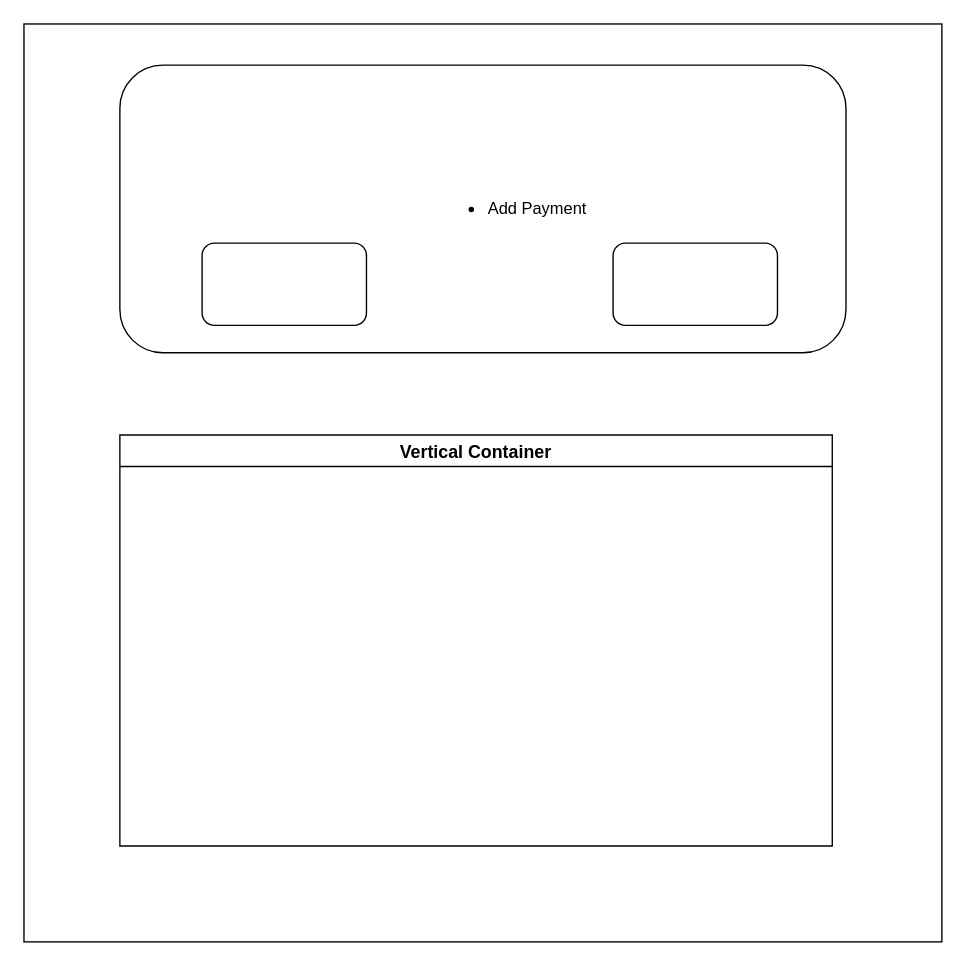
Above: nots.drawio in Mmo2ze/TMS-Client-admin (draw.io), before the change. Source tidied: cells renumbered, new cells numbered last; positions are measured from the earlier drawing's top-left corner, leaving out a move shared by most shapes. Both pictures are drawn from the tidied source at 137%, with x=0, y=0 at pixel (23, 23).
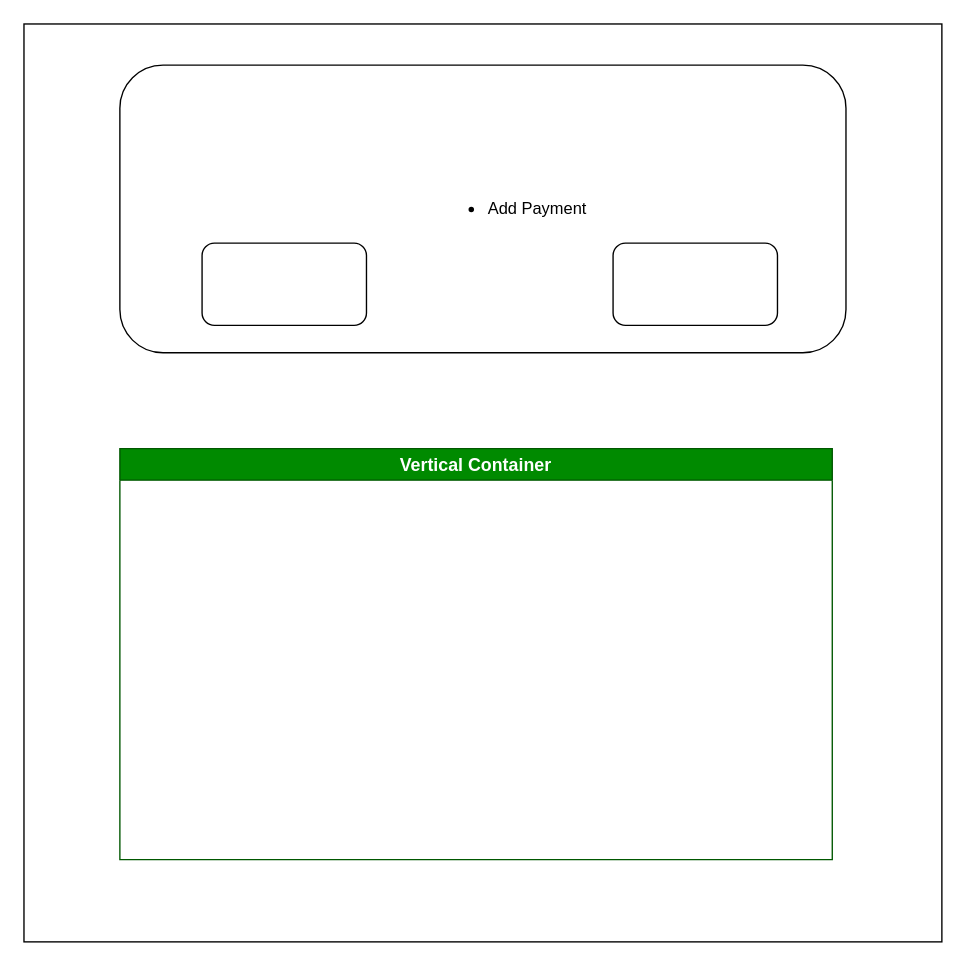
Above is the later version.

Change to the diagram source:
```diff
@@
 <mxGraphModel>
   <root>
     <mxCell id="0" />
     <mxCell id="1" parent="0" />
     <mxCell id="2" style="whiteSpace=wrap;html=1;" parent="1" vertex="1">
       <mxGeometry width="670" height="670" as="geometry" />
     </mxCell>
     <mxCell id="3" value="&lt;blockquote style=&quot;margin: 0 0 0 40px; border: none; padding: 0px;&quot;&gt;&lt;div style=&quot;&quot;&gt;&lt;ul&gt;&lt;li&gt;&lt;span style=&quot;background-color: initial;&quot;&gt;Add Payment&lt;/span&gt;&lt;/li&gt;&lt;/ul&gt;&lt;/div&gt;&lt;/blockquote&gt;" style="rounded=1;whiteSpace=wrap;html=1;align=center;" parent="1" vertex="1">
       <mxGeometry x="70" y="30" width="530" height="210" as="geometry" />
     </mxCell>
     <mxCell id="4" style="rounded=1;whiteSpace=wrap;html=1;fontSize=13;" parent="1" vertex="1">
       <mxGeometry x="130" y="160" width="120" height="60" as="geometry" />
     </mxCell>
     <mxCell id="5" style="rounded=1;whiteSpace=wrap;html=1;fontSize=13;" parent="1" vertex="1">
       <mxGeometry x="430" y="160" width="120" height="60" as="geometry" />
     </mxCell>
-    <mxCell id="6" value="Vertical Container" style="swimlane;whiteSpace=wrap;html=1;fontSize=13;" parent="1" vertex="1">
-      <mxGeometry x="70" y="300" width="520" height="300" as="geometry" />
+    <mxCell id="6" value="Vertical Container" style="swimlane;whiteSpace=wrap;html=1;fontSize=13;fillColor=#008a00;fontColor=#ffffff;strokeColor=#005700;" parent="1" vertex="1">
+      <mxGeometry x="70" y="310" width="520" height="300" as="geometry" />
     </mxCell>
   </root>
 </mxGraphModel>
```
